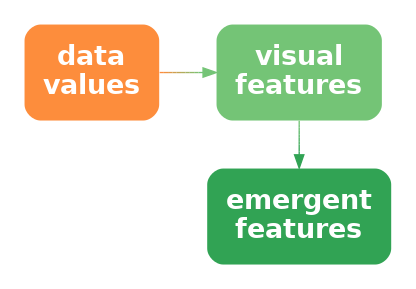
Above: Diagrams/data-vis-vis.png in pmur002/hdvw (Graphviz), before the change. Its source is kept beside it as Diagrams/data-vis-vis.dot.
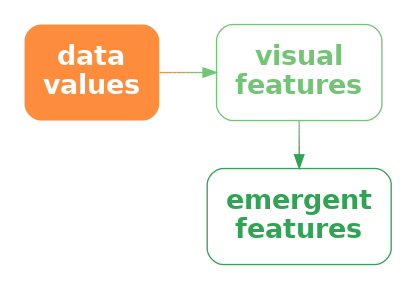
After the change.

Change to the diagram source:
```diff
@@ -3,10 +3,10 @@
   node [ fontsize=20; fontname="sans bold"; margin=.2 ];
   data [ label="data\nvalues"; shape=box; style="filled, rounded"; penwidth=0; fontcolor=white; fillcolor="#FD8D3C" ]
   vis [ label="visual\nfeatures"; shape=box;
-     style="filled, rounded"; penwidth=0; fontcolor=white; fillcolor="#74C476" ]
+     style="rounded"; color="#74C476"; fontcolor="#74C476" ]
   add [ label="emergent\nfeatures"; shape=box;
-     style="filled, rounded"; penwidth=0; fontcolor=white; fillcolor="#31A354" ]
-  data -> vis [ color="#FD8D3C;0.1:#EE9342;0.1:#DF9949;0.1:#CF9F4F;0.1:#C0A556;0.1:#B1AC5C;0.1:#A2B263;0.1:#92B869;0.1:#83BE70;0.1:#74C476;0.1" ]
-  vis -> add [ color="#74C476;0.1:#6DC072;0.1:#65BD6E;0.1:#5EB96B;0.1:#56B567;0.1:#4FB263;0.1:#47AE5F;0.1:#40AA5C;0.1:#38A758;0.1:#31A354;0.1" ]
+     style="rounded"; color="#31A354"; fontcolor="#31A354" ]
+  data -> vis [ style="bold"; penwidth=1; color="#FD8D3C;0.1:#EE9342;0.1:#DF9949;0.1:#CF9F4F;0.1:#C0A556;0.1:#B1AC5C;0.1:#A2B263;0.1:#92B869;0.1:#83BE70;0.1:#74C476;0.1" ]
+  vis -> add [ style="solid", color="#74C476;0.1:#6DC072;0.1:#65BD6E;0.1:#5EB96B;0.1:#56B567;0.1:#4FB263;0.1:#47AE5F;0.1:#40AA5C;0.1:#38A758;0.1:#31A354;0.1" ]
 { rank=same; vis, add }
 }
```
